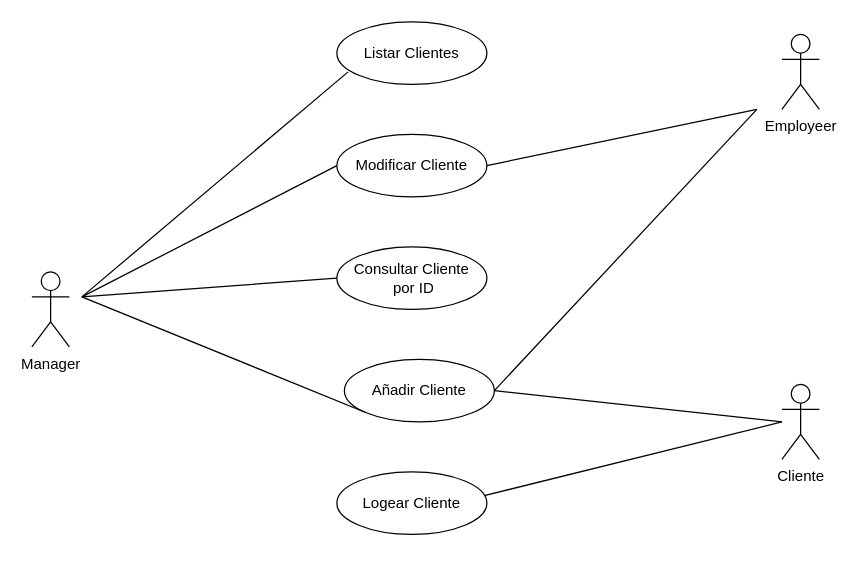
Before: Documentación/Diagrama de casos de uso Azahara/Caso de uso relacionado con cliente.drawio in idanirf/GADAM, a draw.io diagram. Source tidied: cells renumbered, new cells numbered last; positions are measured from the earlier drawing's top-left corner, leaving out a move shared by most shapes. Both pictures are drawn from the tidied source at 125%, with x=0, y=0 at pixel (31, 21).
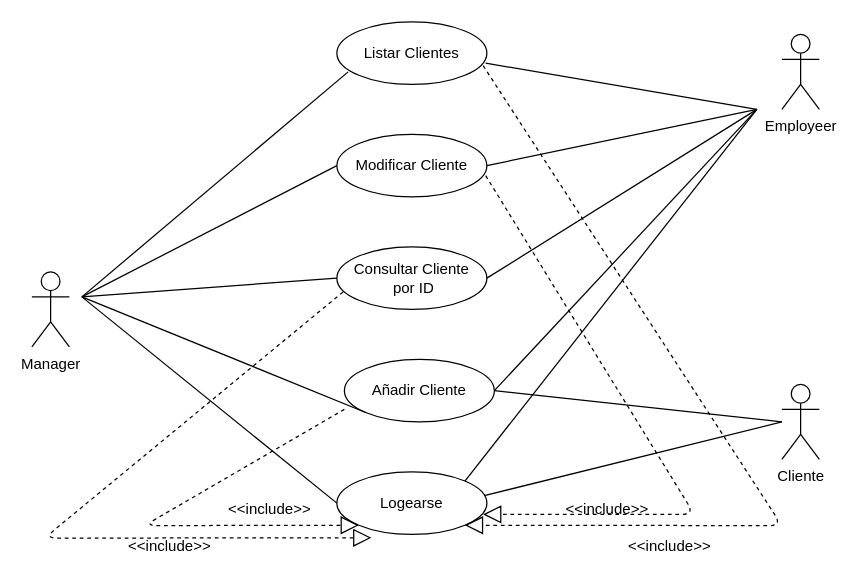
The same diagram, later.

The change refers to these unchanged cells:
```xml
<mxCell id="3" value="Modificar Cliente" style="ellipse;whiteSpace=wrap;html=1;" parent="1" vertex="1">
  <mxGeometry x="244" y="90" width="120" height="50" as="geometry" />
</mxCell>
<mxCell id="4" value="Consultar Cliente&lt;br&gt;&amp;nbsp;por ID" style="ellipse;whiteSpace=wrap;html=1;" parent="1" vertex="1">
  <mxGeometry x="244" y="180" width="120" height="50" as="geometry" />
</mxCell>
<mxCell id="5" value="Listar Clientes" style="ellipse;whiteSpace=wrap;html=1;" parent="1" vertex="1">
  <mxGeometry x="244" width="120" height="50" as="geometry" />
</mxCell>
```

What changed in the source:
```diff
@@
-    <mxCell id="13" value="Logear Cliente" style="ellipse;whiteSpace=wrap;html=1;" parent="1" vertex="1">
+    <mxCell id="13" value="Logearse" style="ellipse;whiteSpace=wrap;html=1;" parent="1" vertex="1">
       <mxGeometry x="244" y="360" width="120" height="50" as="geometry" />
     </mxCell>
@@
+    <mxCell id="18" style="endArrow=none;html=1;exitX=0.992;exitY=0.66;exitDx=0;exitDy=0;exitPerimeter=0;" parent="1" edge="1" source="5">
+      <mxGeometry relative="1" as="geometry">
+        <mxPoint x="580" y="70" as="targetPoint" />
+      </mxGeometry>
+    </mxCell>
+    <mxCell id="19" style="endArrow=none;html=1;exitX=1;exitY=0.5;exitDx=0;exitDy=0;" parent="1" edge="1" source="4">
+      <mxGeometry relative="1" as="geometry">
+        <mxPoint x="580" y="70" as="targetPoint" />
+      </mxGeometry>
+    </mxCell>
+    <mxCell id="20" style="endArrow=block;dashed=1;endFill=0;endSize=12;html=1;entryX=0;entryY=1;entryDx=0;entryDy=0;" parent="1" edge="1" target="13">
+      <mxGeometry relative="1" as="geometry">
+        <mxPoint x="250" y="310" as="sourcePoint" />
+        <Array as="points">
+          <mxPoint x="90" y="403" />
+        </Array>
+      </mxGeometry>
+    </mxCell>
+    <mxCell id="21" style="endArrow=none;html=1;exitX=1;exitY=0;exitDx=0;exitDy=0;" parent="1" edge="1" source="13">
+      <mxGeometry relative="1" as="geometry">
+        <mxPoint x="580" y="70" as="targetPoint" />
+      </mxGeometry>
+    </mxCell>
+    <mxCell id="22" style="endArrow=none;html=1;exitX=0;exitY=0.5;exitDx=0;exitDy=0;" parent="1" edge="1" source="13">
+      <mxGeometry relative="1" as="geometry">
+        <mxPoint x="40" y="220" as="targetPoint" />
+      </mxGeometry>
+    </mxCell>
+    <mxCell id="23" style="endArrow=block;dashed=1;endFill=0;endSize=12;html=1;entryX=0;entryY=1;entryDx=0;entryDy=0;exitX=0.042;exitY=0.72;exitDx=0;exitDy=0;exitPerimeter=0;" parent="1" edge="1" source="4">
+      <mxGeometry relative="1" as="geometry">
+        <mxPoint x="271.6" y="412.7" as="targetPoint" />
+        <Array as="points">
+          <mxPoint x="10" y="413" />
+        </Array>
+      </mxGeometry>
+    </mxCell>
+    <mxCell id="24" style="endArrow=block;dashed=1;endFill=0;endSize=12;html=1;entryX=0.975;entryY=0.68;entryDx=0;entryDy=0;exitX=0.992;exitY=0.66;exitDx=0;exitDy=0;exitPerimeter=0;entryPerimeter=0;" parent="1" edge="1" source="3" target="13">
+      <mxGeometry relative="1" as="geometry">
+        <Array as="points">
+          <mxPoint x="530" y="394" />
+        </Array>
+      </mxGeometry>
+    </mxCell>
+    <mxCell id="25" style="endArrow=block;dashed=1;endFill=0;endSize=12;html=1;entryX=1;entryY=1;entryDx=0;entryDy=0;exitX=0.975;exitY=0.7;exitDx=0;exitDy=0;exitPerimeter=0;" parent="1" edge="1" source="5" target="13">
+      <mxGeometry relative="1" as="geometry">
+        <Array as="points">
+          <mxPoint x="600" y="403" />
+        </Array>
+      </mxGeometry>
+    </mxCell>
+    <mxCell id="26" value="&amp;lt;&amp;lt;include&amp;gt;&amp;gt;" style="text;html=1;align=center;verticalAlign=middle;strokeColor=none;fillColor=none;" parent="1" vertex="1">
+      <mxGeometry x="470" y="410" width="80" height="20" as="geometry" />
+    </mxCell>
+    <mxCell id="27" value="&amp;lt;&amp;lt;include&amp;gt;&amp;gt;" style="text;html=1;align=center;verticalAlign=middle;strokeColor=none;fillColor=none;" parent="1" vertex="1">
+      <mxGeometry x="420" y="380" width="80" height="20" as="geometry" />
+    </mxCell>
+    <mxCell id="28" value="&amp;lt;&amp;lt;include&amp;gt;&amp;gt;" style="text;html=1;align=center;verticalAlign=middle;strokeColor=none;fillColor=none;" parent="1" vertex="1">
+      <mxGeometry x="150" y="380" width="80" height="20" as="geometry" />
+    </mxCell>
+    <mxCell id="29" value="&amp;lt;&amp;lt;include&amp;gt;&amp;gt;" style="text;html=1;align=center;verticalAlign=middle;strokeColor=none;fillColor=none;" parent="1" vertex="1">
+      <mxGeometry x="70" y="410" width="80" height="20" as="geometry" />
+    </mxCell>
```
